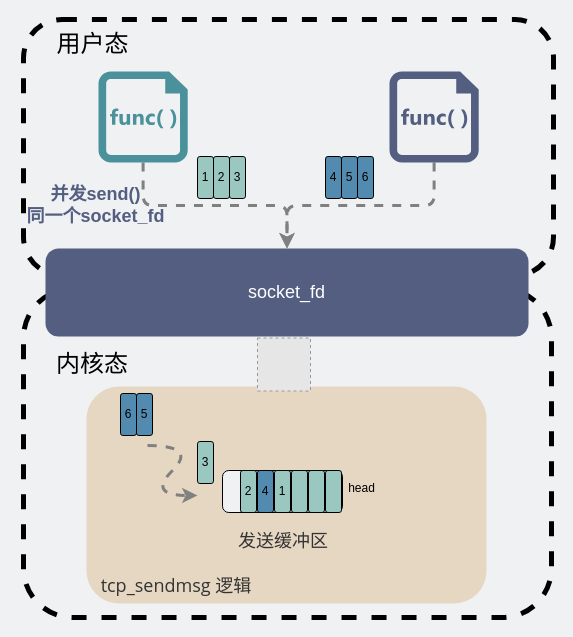
The draw.io diagram network/并发写socket_fd导出数据异常.drawio in xiaobaiTech/image, before the edit. Source tidied: cells renumbered, new cells numbered last; positions are measured from the earlier drawing's top-left corner, leaving out a move shared by most shapes. Both pictures are drawn from the tidied source at 100%, with x=0, y=0 at pixel (17, 19). Pictures stored in the file or linked from it are replaced by grey dashed boxes.
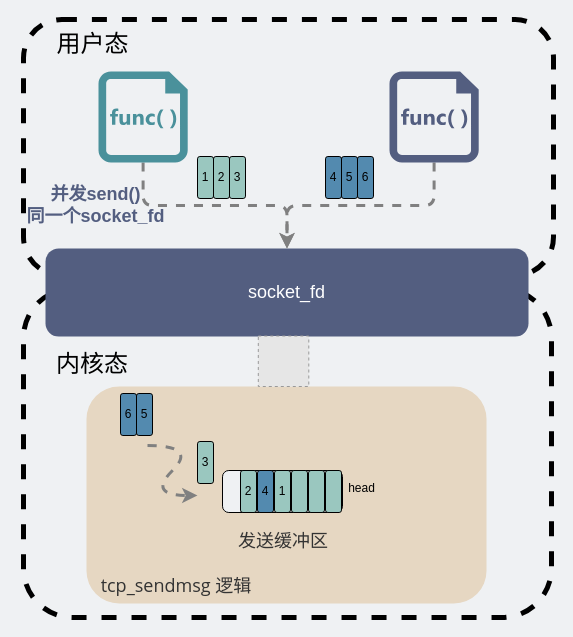
After the change.

Commit message:
更新并发写socket_fd导出数据异常.drawio

The edit, as a diff of the source:
```diff
@@
-    <mxCell id="33" style="fillColor=#E6E6E6;strokeColor=#999999;dashed=1;verticalLabelPosition=bottom;labelBackgroundColor=default;verticalAlign=top;" parent="1" vertex="1">
-      <mxGeometry x="240" y="318.5" width="53" height="53" as="geometry" />
-    </mxCell>
+    <mxCell id="34" style="fillColor=#E6E6E6;strokeColor=#999999;dashed=1;verticalLabelPosition=bottom;labelBackgroundColor=default;verticalAlign=top;" parent="1" vertex="1">
+      <mxGeometry x="240.8" y="316.5" width="50.5" height="50.5" as="geometry" />
+    </mxCell>
```
